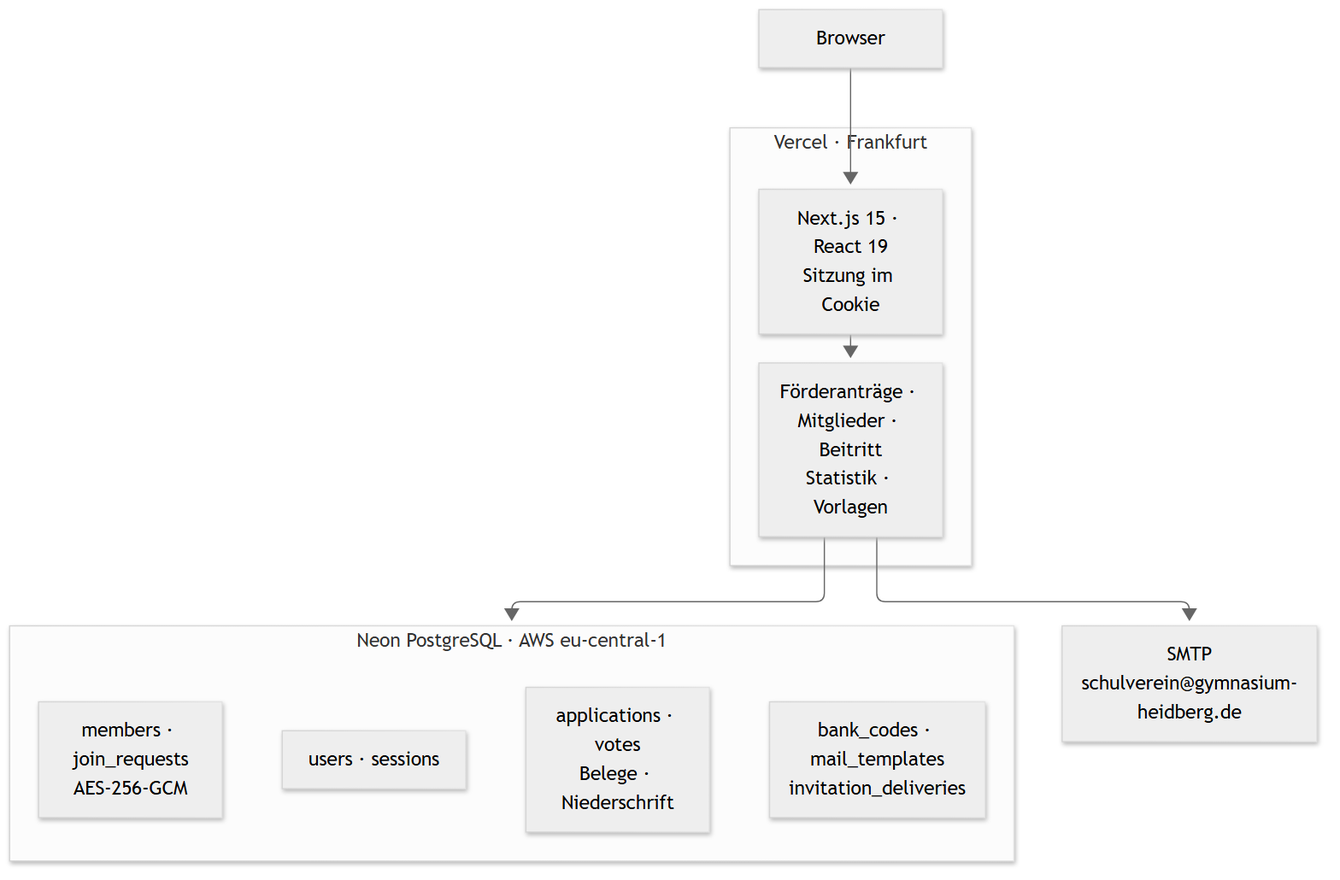
The Mermaid diagram docs/architektur.png in mariomuja/schulverein, before a commit. Its source is kept beside it as docs/architektur.mmd.
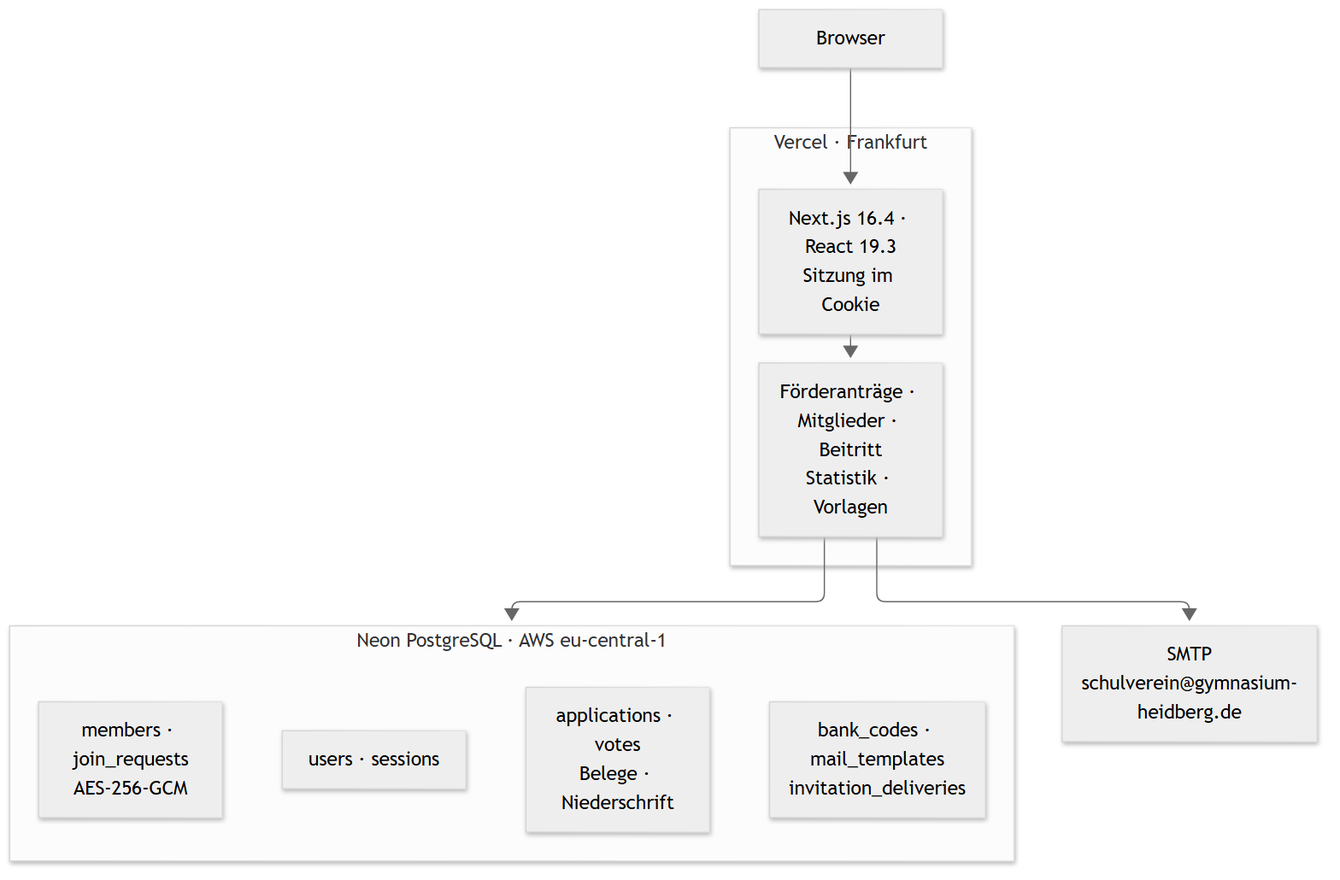
The same file after the commit.

Commit message:
Next.js, React, Bootstrap und pg stehen auf den aktuellen Versionen.

Diff of the diagram source:
```diff
@@ -2,7 +2,7 @@
   Browser["Browser"] --> App
 
   subgraph Vercel["Vercel · Frankfurt"]
-    App["Next.js 15 · React 19<br/>Sitzung im Cookie"]
+    App["Next.js 16.4 · React 19.3<br/>Sitzung im Cookie"]
     App --> Bereiche["Förderanträge · Mitglieder · Beitritt<br/>Statistik · Vorlagen"]
   end
 
```
